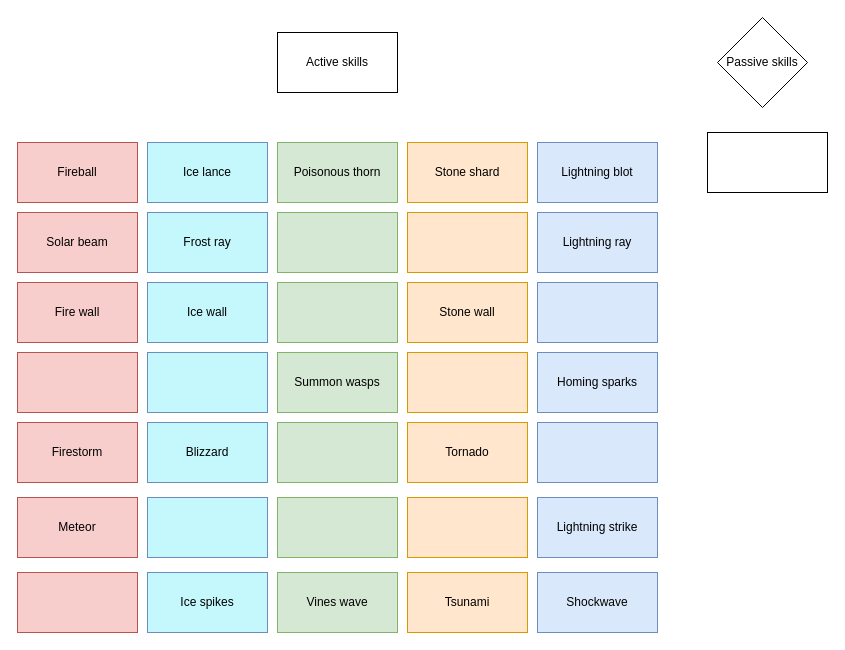
Before: page "Elementalist skills" (11 of 11) of Solaris.drawio in x3rdev/solaris, a draw.io diagram. Source tidied: cells renumbered, new cells numbered last; positions are measured from the earlier drawing's top-left corner, leaving out a move shared by most shapes. Both pictures are drawn from the tidied source at 100%, with x=0, y=0 at pixel (17, 17).
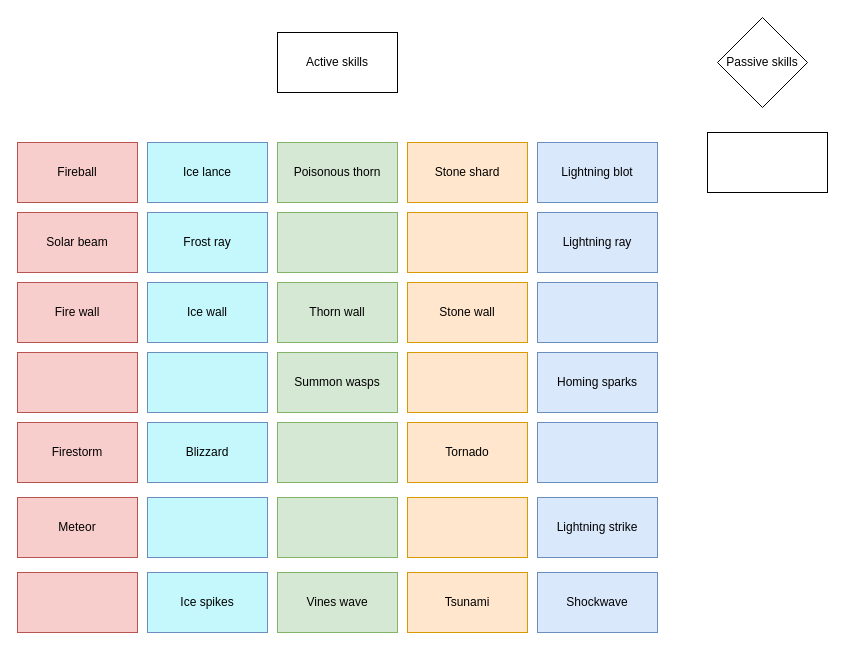
The same diagram, later.

The edit, as a diff of the source:
```diff
@@
-    <mxCell id="27" style="rounded=0;whiteSpace=wrap;html=1;fillColor=#d5e8d4;strokeColor=#82b366;" parent="1" vertex="1">
+    <mxCell id="27" value="&lt;div&gt;Thorn wall&lt;/div&gt;" style="rounded=0;whiteSpace=wrap;html=1;fillColor=#d5e8d4;strokeColor=#82b366;" parent="1" vertex="1">
       <mxGeometry x="260" y="265" width="120" height="60" as="geometry" />
     </mxCell>
```
